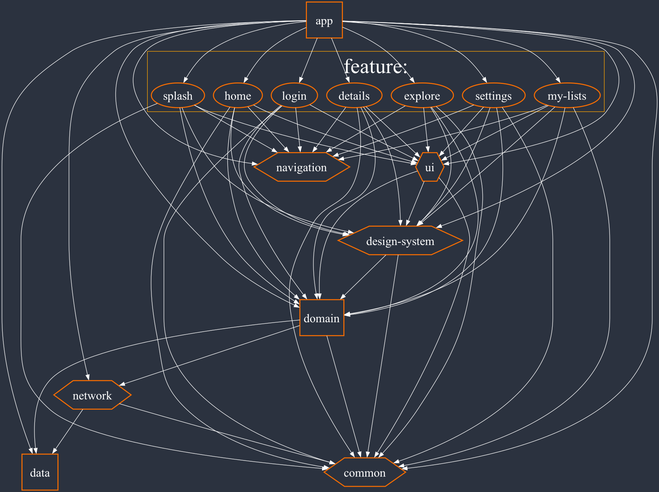
This is tools/dependency-graph/project_digraph.dot.png from enesky/Doodle, a Graphviz export, as it was before one commit. Its source is kept beside it as tools/dependency-graph/project_digraph.dot.
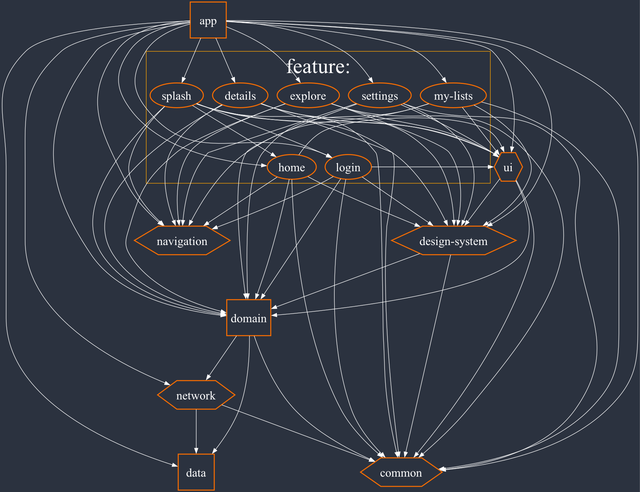
After the commit.

What changed in the source:
```diff
@@ -75,4 +75,6 @@
     "splash" -> "design-system"
     "splash" -> "navigation"
     "splash" -> "ui"
+    "splash" -> "home"
+    "splash" -> "login"
 }
```
